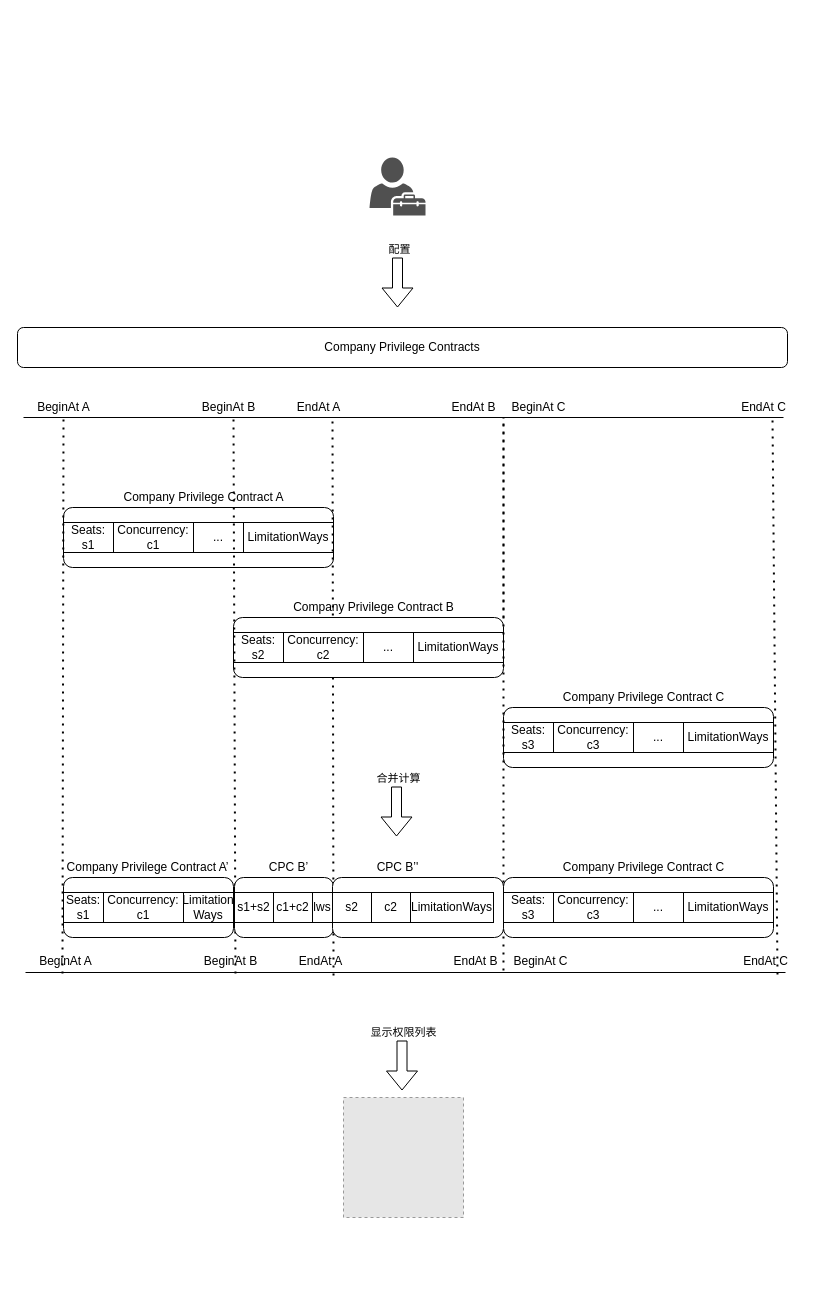
Earlier version of the draw.io diagram page "Company Privilege Contract" (2 of 2) of Privilege Bussines Layer.drawio (yindongjun/gangzhang.github.io). Source tidied: cells renumbered, new cells numbered last; positions are measured from the earlier drawing's top-left corner, leaving out a move shared by most shapes. Both pictures are drawn from the tidied source at 100%, with x=0, y=0 at pixel (17, 157). Pictures stored in the file or linked from it are replaced by grey dashed boxes.
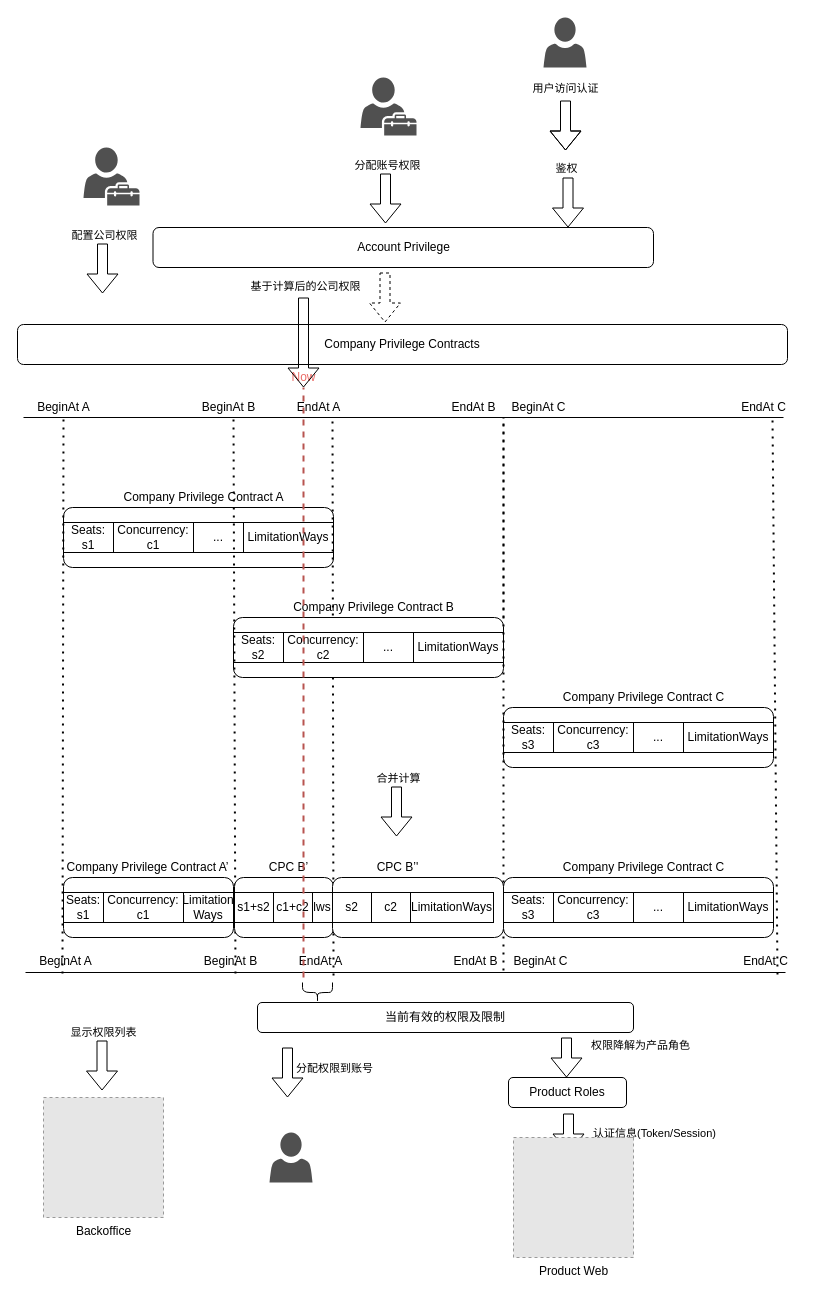
The same page after the edit.

Change to the diagram source:
```diff
@@
     <mxCell id="3" value="Company Privilege Contracts" style="rounded=1;whiteSpace=wrap;html=1;" parent="1" vertex="1">
-      <mxGeometry y="170" width="770" height="40" as="geometry" />
+      <mxGeometry y="167" width="770" height="40" as="geometry" />
     </mxCell>
@@
     <mxCell id="64" style="shadow=0;dashed=0;html=1;strokeColor=none;fillColor=#505050;labelPosition=center;verticalLabelPosition=bottom;verticalAlign=top;align=center;shape=mxgraph.office.users.tenant_admin;" parent="1" vertex="1">
-      <mxGeometry x="352" width="56" height="58" as="geometry" />
+      <mxGeometry x="66" y="-10" width="56" height="58" as="geometry" />
     </mxCell>
     <mxCell id="65" style="shape=flexArrow;endArrow=classic;html=1;" parent="1" edge="1">
       <mxGeometry relative="1" as="geometry">
-        <mxPoint x="384.5" y="883" as="sourcePoint" />
-        <mxPoint x="384.5" y="933" as="targetPoint" />
+        <mxPoint x="84.5" y="883" as="sourcePoint" />
+        <mxPoint x="84.5" y="933" as="targetPoint" />
       </mxGeometry>
     </mxCell>
@@
     <mxCell id="67" style="shape=flexArrow;endArrow=classic;html=1;" parent="1" edge="1">
       <mxGeometry relative="1" as="geometry">
-        <mxPoint x="380" y="100" as="sourcePoint" />
-        <mxPoint x="380" y="150" as="targetPoint" />
+        <mxPoint x="85" y="86" as="sourcePoint" />
+        <mxPoint x="85" y="136" as="targetPoint" />
         <Array as="points">
-          <mxPoint x="380" y="100" />
+          <mxPoint x="85" y="86" />
         </Array>
       </mxGeometry>
     </mxCell>
-    <mxCell id="68" value="配置" style="edgeLabel;html=1;align=center;verticalAlign=middle;" parent="67" vertex="1">
+    <mxCell id="68" value="配置公司权限" style="edgeLabel;html=1;align=center;verticalAlign=middle;" parent="67" vertex="1">
       <mxGeometry x="-0.4" y="1" relative="1" as="geometry">
         <mxPoint y="-24" as="offset" />
       </mxGeometry>
     </mxCell>
-    <mxCell id="69" style="fillColor=#E6E6E6;strokeColor=#999999;dashed=1;html=1;verticalAlign=top;verticalLabelPosition=bottom;labelBackgroundColor=#ffffff;" parent="1" vertex="1">
-      <mxGeometry x="326" y="940" width="120" height="120" as="geometry" />
+    <mxCell id="69" value="Backoffice" style="fillColor=#E6E6E6;strokeColor=#999999;dashed=1;html=1;verticalAlign=top;verticalLabelPosition=bottom;labelBackgroundColor=#ffffff;" parent="1" vertex="1">
+      <mxGeometry x="26" y="940" width="120" height="120" as="geometry" />
     </mxCell>
+    <mxCell id="70" style="shape=flexArrow;endArrow=classic;html=1;" parent="1" edge="1">
+      <mxGeometry relative="1" as="geometry">
+        <mxPoint x="368" y="16" as="sourcePoint" />
+        <mxPoint x="368" y="66" as="targetPoint" />
+        <Array as="points">
+          <mxPoint x="368" y="16" />
+        </Array>
+      </mxGeometry>
+    </mxCell>
+    <mxCell id="71" value="分配账号权限" style="edgeLabel;html=1;align=center;verticalAlign=middle;" parent="70" vertex="1">
+      <mxGeometry x="-0.4" y="1" relative="1" as="geometry">
+        <mxPoint y="-24" as="offset" />
+      </mxGeometry>
+    </mxCell>
+    <mxCell id="72" style="shadow=0;dashed=0;html=1;strokeColor=none;fillColor=#505050;labelPosition=center;verticalLabelPosition=bottom;verticalAlign=top;align=center;shape=mxgraph.office.users.tenant_admin;" parent="1" vertex="1">
+      <mxGeometry x="343" y="-80" width="56" height="58" as="geometry" />
+    </mxCell>
+    <mxCell id="73" value="Account Privilege" style="rounded=1;whiteSpace=wrap;html=1;" parent="1" vertex="1">
+      <mxGeometry x="135.5" y="70" width="500.5" height="40" as="geometry" />
+    </mxCell>
+    <mxCell id="74" style="endArrow=none;dashed=1;html=1;fillColor=#f8cecc;strokeColor=#b85450;gradientColor=#ea6b66;strokeWidth=2;" parent="1" edge="1">
+      <mxGeometry relative="1" as="geometry">
+        <mxPoint x="286" y="820" as="sourcePoint" />
+        <mxPoint x="286" y="230" as="targetPoint" />
+      </mxGeometry>
+    </mxCell>
+    <mxCell id="75" value="&lt;font color=&quot;#ea6b66&quot;&gt;Now&lt;/font&gt;" style="text;html=1;align=center;verticalAlign=middle;strokeColor=none;" parent="1" vertex="1">
+      <mxGeometry x="266" y="210" width="40" height="20" as="geometry" />
+    </mxCell>
+    <mxCell id="76" style="shape=curlyBracket;whiteSpace=wrap;html=1;rounded=1;rotation=-90;" parent="1" vertex="1">
+      <mxGeometry x="290" y="820" width="20" height="30" as="geometry" />
+    </mxCell>
+    <mxCell id="77" style="shape=flexArrow;endArrow=classic;html=1;dashed=1;" parent="1" edge="1">
+      <mxGeometry relative="1" as="geometry">
+        <mxPoint x="367.5" y="115" as="sourcePoint" />
+        <mxPoint x="367.5" y="165" as="targetPoint" />
+        <Array as="points">
+          <mxPoint x="367.5" y="115" />
+        </Array>
+      </mxGeometry>
+    </mxCell>
+    <mxCell id="78" style="shape=flexArrow;endArrow=classic;html=1;" parent="1" edge="1">
+      <mxGeometry relative="1" as="geometry">
+        <mxPoint x="286" y="140" as="sourcePoint" />
+        <mxPoint x="286" y="230" as="targetPoint" />
+      </mxGeometry>
+    </mxCell>
+    <mxCell id="79" value="基于计算后的公司权限" style="edgeLabel;html=1;align=center;verticalAlign=middle;" parent="78" vertex="1">
+      <mxGeometry x="-0.4" y="1" relative="1" as="geometry">
+        <mxPoint y="-39" as="offset" />
+      </mxGeometry>
+    </mxCell>
+    <mxCell id="80" style="shape=flexArrow;endArrow=classic;html=1;" parent="1" edge="1">
+      <mxGeometry relative="1" as="geometry">
+        <mxPoint x="270" y="890" as="sourcePoint" />
+        <mxPoint x="270" y="940" as="targetPoint" />
+      </mxGeometry>
+    </mxCell>
+    <mxCell id="81" value="分配权限到账号" style="edgeLabel;html=1;align=center;verticalAlign=middle;" parent="80" vertex="1">
+      <mxGeometry x="-0.4" y="1" relative="1" as="geometry">
+        <mxPoint x="45" y="5" as="offset" />
+      </mxGeometry>
+    </mxCell>
+    <mxCell id="82" value="当前有效的权限及限制" style="rounded=1;whiteSpace=wrap;html=1;" parent="1" vertex="1">
+      <mxGeometry x="240" y="845" width="376" height="30" as="geometry" />
+    </mxCell>
+    <mxCell id="83" style="shape=flexArrow;endArrow=classic;html=1;" parent="1" edge="1">
+      <mxGeometry relative="1" as="geometry">
+        <mxPoint x="550.5" y="20" as="sourcePoint" />
+        <mxPoint x="550.5" y="70" as="targetPoint" />
+        <Array as="points">
+          <mxPoint x="550.5" y="20" />
+        </Array>
+      </mxGeometry>
+    </mxCell>
+    <mxCell id="84" value="用户访问认证" style="edgeLabel;html=1;align=center;verticalAlign=middle;" parent="83" vertex="1">
+      <mxGeometry x="-0.4" y="1" relative="1" as="geometry">
+        <mxPoint x="-4" y="-105" as="offset" />
+      </mxGeometry>
+    </mxCell>
+    <mxCell id="85" style="shadow=0;dashed=0;html=1;strokeColor=none;labelPosition=center;verticalLabelPosition=bottom;verticalAlign=top;align=center;fillColor=#505050;shape=mxgraph.mscae.intune.account_portal;" parent="1" vertex="1">
+      <mxGeometry x="252" y="975" width="43" height="50" as="geometry" />
+    </mxCell>
+    <mxCell id="86" style="shadow=0;dashed=0;html=1;strokeColor=none;labelPosition=center;verticalLabelPosition=bottom;verticalAlign=top;align=center;fillColor=#505050;shape=mxgraph.mscae.intune.account_portal;" parent="1" vertex="1">
+      <mxGeometry x="526" y="-140" width="43" height="50" as="geometry" />
+    </mxCell>
+    <mxCell id="87" style="shape=flexArrow;endArrow=classic;html=1;" parent="1" edge="1">
+      <mxGeometry relative="1" as="geometry">
+        <mxPoint x="549" y="880" as="sourcePoint" />
+        <mxPoint x="549" y="920" as="targetPoint" />
+      </mxGeometry>
+    </mxCell>
+    <mxCell id="88" value="权限降解为产品角色" style="edgeLabel;html=1;align=center;verticalAlign=middle;" parent="87" vertex="1">
+      <mxGeometry x="-0.4" y="1" relative="1" as="geometry">
+        <mxPoint x="72" y="-5" as="offset" />
+      </mxGeometry>
+    </mxCell>
+    <mxCell id="89" value="Product Roles" style="rounded=1;whiteSpace=wrap;html=1;" parent="1" vertex="1">
+      <mxGeometry x="491" y="920" width="118" height="30" as="geometry" />
+    </mxCell>
+    <mxCell id="90" style="shape=flexArrow;endArrow=classic;html=1;" parent="1" edge="1">
+      <mxGeometry relative="1" as="geometry">
+        <mxPoint x="548" y="-57" as="sourcePoint" />
+        <mxPoint x="548" y="-7" as="targetPoint" />
+        <Array as="points">
+          <mxPoint x="548" y="-57" />
+          <mxPoint x="548" y="-27" />
+        </Array>
+      </mxGeometry>
+    </mxCell>
+    <mxCell id="91" value="鉴权" style="edgeLabel;html=1;align=center;verticalAlign=middle;" parent="90" vertex="1">
+      <mxGeometry x="-0.4" y="1" relative="1" as="geometry">
+        <mxPoint x="-1" y="52" as="offset" />
+      </mxGeometry>
+    </mxCell>
+    <mxCell id="92" style="shape=flexArrow;endArrow=classic;html=1;" parent="1" edge="1">
+      <mxGeometry relative="1" as="geometry">
+        <mxPoint x="551" y="956" as="sourcePoint" />
+        <mxPoint x="551" y="996" as="targetPoint" />
+      </mxGeometry>
+    </mxCell>
+    <mxCell id="93" value="认证信息(Token/Session)" style="edgeLabel;html=1;align=center;verticalAlign=middle;" parent="92" vertex="1">
+      <mxGeometry x="-0.4" y="1" relative="1" as="geometry">
+        <mxPoint x="84" y="7" as="offset" />
+      </mxGeometry>
+    </mxCell>
+    <mxCell id="94" value="Product Web" style="fillColor=#E6E6E6;strokeColor=#999999;dashed=1;html=1;verticalAlign=top;verticalLabelPosition=bottom;labelBackgroundColor=#ffffff;" parent="1" vertex="1">
+      <mxGeometry x="496" y="980" width="120" height="120" as="geometry" />
+    </mxCell>
```
